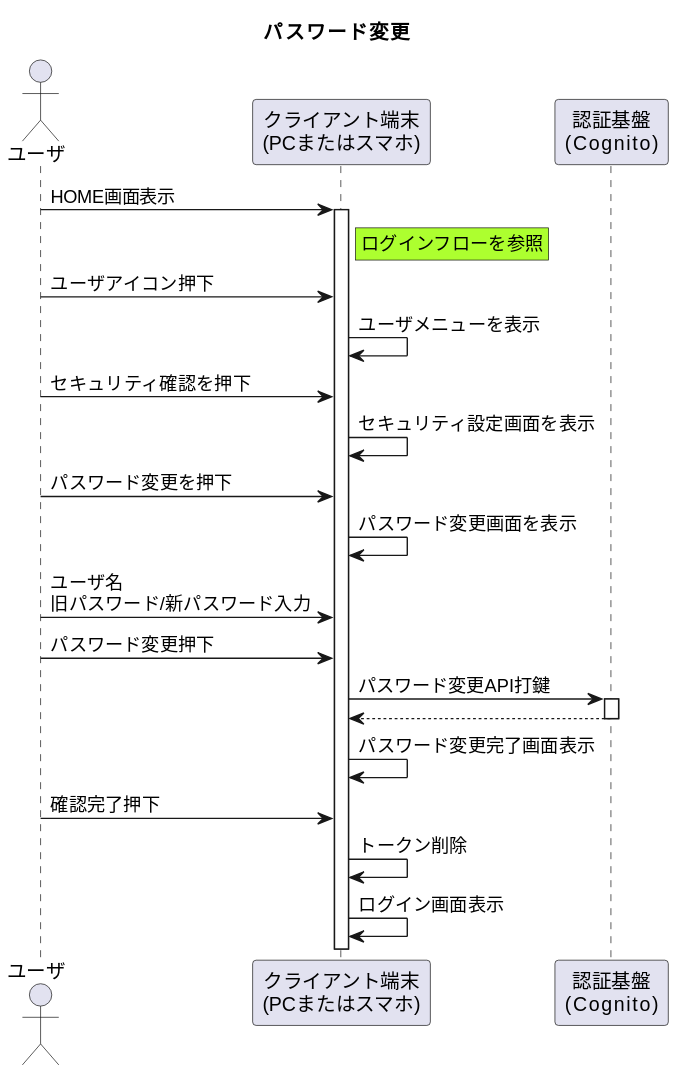
Earlier version of the PlantUML export 01_Sequences/00_Authentication/02_changePassword_Flow/changePasswordFlow.svg (Sonic-Host/documents).
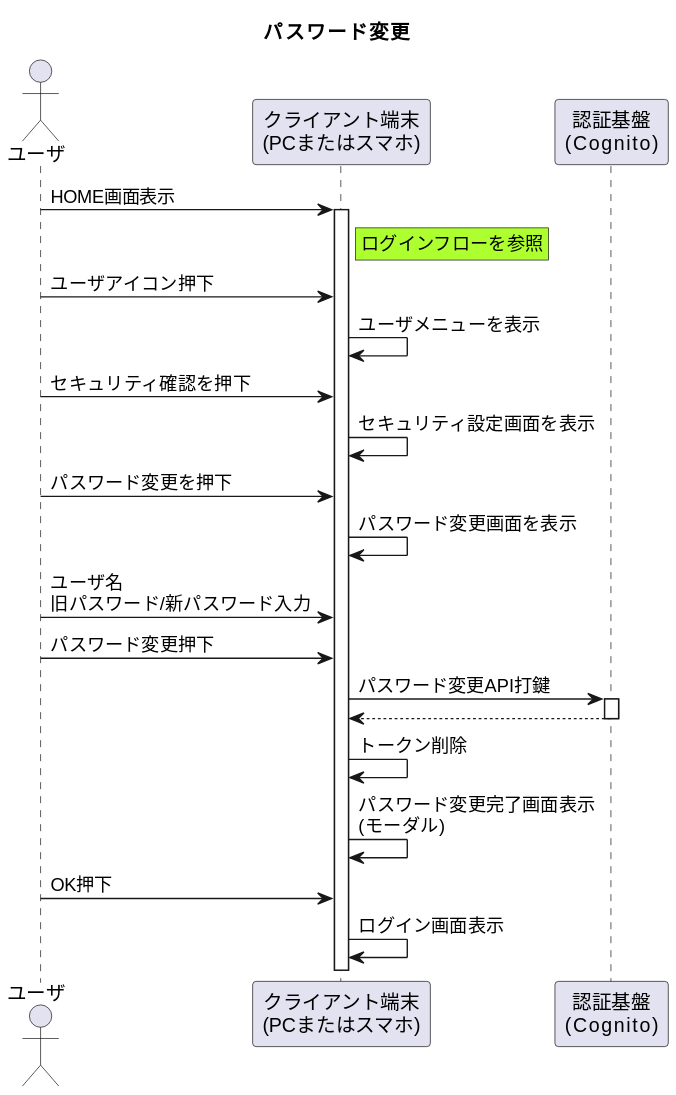
After the commit.

Diff of the diagram source:
```diff
@@ -19,8 +19,8 @@
 user -> device : パスワード変更押下
 device -> cognito ++ : パスワード変更API打鍵
 device <-- cognito --
-device -> device : パスワード変更完了画面表示
-user -> device : 確認完了押下
 device -> device : トークン削除
+device -> device : パスワード変更完了画面表示\n(モーダル)
+user -> device : OK押下
 device -> device : ログイン画面表示
 @enduml
```
